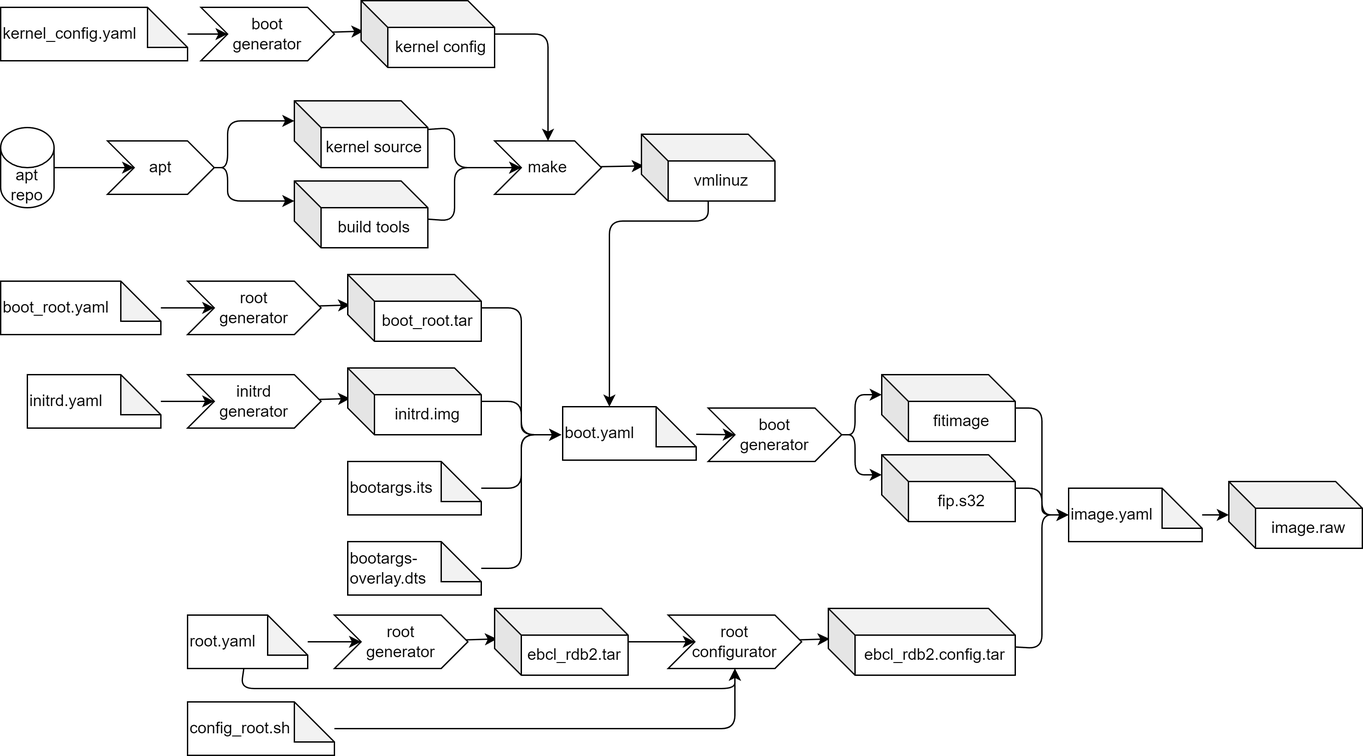
Earlier version of the draw.io export docs/assets/S32G2_kernel.png (Elektrobit/ebcl_template). Source tidied: cells renumbered, new cells last; positions are measured from the earlier drawing's top-left corner, leaving out a move shared by most shapes. The source it was exported from:
```xml
<mxGraphModel background="#FFFFFF">
  <root>
    <mxCell id="0" />
    <mxCell id="1" parent="0" />
    <mxCell id="2" style="edgeStyle=none;html=1;entryX=0.018;entryY=0.457;entryDx=0;entryDy=0;entryPerimeter=0;" parent="1" edge="1" source="3" target="7">
      <mxGeometry relative="1" as="geometry" />
    </mxCell>
    <mxCell id="3" value="root&lt;br&gt;generator" style="shape=step;perimeter=stepPerimeter;whiteSpace=wrap;html=1;fixedSize=1;" parent="1" vertex="1">
      <mxGeometry x="140" y="210" width="100" height="40" as="geometry" />
    </mxCell>
    <mxCell id="4" style="edgeStyle=none;html=1;entryX=0;entryY=0.5;entryDx=0;entryDy=0;" parent="1" edge="1" source="5" target="3">
      <mxGeometry relative="1" as="geometry" />
    </mxCell>
    <mxCell id="5" value="boot_root.yaml" style="shape=note;whiteSpace=wrap;html=1;backgroundOutline=1;darkOpacity=0.05;align=left;" parent="1" vertex="1">
      <mxGeometry y="210" width="120" height="40" as="geometry" />
    </mxCell>
    <mxCell id="6" style="edgeStyle=none;html=1;" parent="1" edge="1" source="7">
      <mxGeometry relative="1" as="geometry">
        <mxPoint x="420" y="325" as="targetPoint" />
        <Array as="points">
          <mxPoint x="390" y="230" />
          <mxPoint x="390" y="325" />
        </Array>
      </mxGeometry>
    </mxCell>
    <mxCell id="7" value="boot_root.tar" style="shape=cube;whiteSpace=wrap;html=1;boundedLbl=1;backgroundOutline=1;darkOpacity=0.05;darkOpacity2=0.1;" parent="1" vertex="1">
      <mxGeometry x="260" y="205" width="100" height="50" as="geometry" />
    </mxCell>
    <mxCell id="8" style="edgeStyle=none;html=1;entryX=0.018;entryY=0.457;entryDx=0;entryDy=0;entryPerimeter=0;" parent="1" edge="1" source="9" target="13">
      <mxGeometry relative="1" as="geometry" />
    </mxCell>
    <mxCell id="9" value="initrd&lt;br&gt;generator" style="shape=step;perimeter=stepPerimeter;whiteSpace=wrap;html=1;fixedSize=1;" parent="1" vertex="1">
      <mxGeometry x="140" y="280" width="100" height="40" as="geometry" />
    </mxCell>
    <mxCell id="10" style="edgeStyle=none;html=1;entryX=0;entryY=0.5;entryDx=0;entryDy=0;" parent="1" edge="1" source="11" target="9">
      <mxGeometry relative="1" as="geometry" />
    </mxCell>
    <mxCell id="11" value="initrd.yaml" style="shape=note;whiteSpace=wrap;html=1;backgroundOutline=1;darkOpacity=0.05;align=left;" parent="1" vertex="1">
      <mxGeometry x="20" y="280" width="100" height="40" as="geometry" />
    </mxCell>
    <mxCell id="12" style="edgeStyle=none;html=1;" parent="1" edge="1" source="13">
      <mxGeometry relative="1" as="geometry">
        <mxPoint x="420" y="325" as="targetPoint" />
        <Array as="points">
          <mxPoint x="390" y="300" />
          <mxPoint x="390" y="325" />
        </Array>
      </mxGeometry>
    </mxCell>
    <mxCell id="13" value="initrd.img" style="shape=cube;whiteSpace=wrap;html=1;boundedLbl=1;backgroundOutline=1;darkOpacity=0.05;darkOpacity2=0.1;" parent="1" vertex="1">
      <mxGeometry x="260" y="275" width="100" height="50" as="geometry" />
    </mxCell>
    <mxCell id="14" style="edgeStyle=none;html=1;" parent="1" edge="1" source="15">
      <mxGeometry relative="1" as="geometry">
        <mxPoint x="420" y="325" as="targetPoint" />
        <Array as="points">
          <mxPoint x="390" y="365" />
          <mxPoint x="390" y="325" />
        </Array>
      </mxGeometry>
    </mxCell>
    <mxCell id="15" value="bootargs.its" style="shape=note;whiteSpace=wrap;html=1;backgroundOutline=1;darkOpacity=0.05;align=left;" parent="1" vertex="1">
      <mxGeometry x="260" y="345" width="100" height="40" as="geometry" />
    </mxCell>
    <mxCell id="16" style="edgeStyle=none;html=1;" parent="1" edge="1" source="17">
      <mxGeometry relative="1" as="geometry">
        <mxPoint x="420" y="325" as="targetPoint" />
        <Array as="points">
          <mxPoint x="390" y="425" />
          <mxPoint x="390" y="325" />
        </Array>
      </mxGeometry>
    </mxCell>
    <mxCell id="17" value="bootargs-overlay.dts" style="shape=note;whiteSpace=wrap;html=1;backgroundOutline=1;darkOpacity=0.05;align=left;" parent="1" vertex="1">
      <mxGeometry x="260" y="405" width="100" height="40" as="geometry" />
    </mxCell>
    <mxCell id="18" style="edgeStyle=none;html=1;entryX=0;entryY=0;entryDx=0;entryDy=15;entryPerimeter=0;" parent="1" edge="1" source="20" target="22">
      <mxGeometry relative="1" as="geometry">
        <Array as="points">
          <mxPoint x="640" y="325" />
          <mxPoint x="640" y="295" />
        </Array>
      </mxGeometry>
    </mxCell>
    <mxCell id="19" style="edgeStyle=none;html=1;entryX=0;entryY=0;entryDx=0;entryDy=15;entryPerimeter=0;" parent="1" edge="1" source="20" target="24">
      <mxGeometry relative="1" as="geometry">
        <Array as="points">
          <mxPoint x="640" y="325" />
          <mxPoint x="640" y="355" />
        </Array>
      </mxGeometry>
    </mxCell>
    <mxCell id="20" value="boot&lt;br&gt;generator" style="shape=step;perimeter=stepPerimeter;whiteSpace=wrap;html=1;fixedSize=1;" parent="1" vertex="1">
      <mxGeometry x="530" y="305" width="100" height="40" as="geometry" />
    </mxCell>
    <mxCell id="21" style="edgeStyle=none;html=1;entryX=0;entryY=0.5;entryDx=0;entryDy=0;entryPerimeter=0;" parent="1" edge="1" source="22" target="39">
      <mxGeometry relative="1" as="geometry">
        <Array as="points">
          <mxPoint x="780" y="305" />
          <mxPoint x="780" y="385" />
        </Array>
      </mxGeometry>
    </mxCell>
    <mxCell id="22" value="fitimage" style="shape=cube;whiteSpace=wrap;html=1;boundedLbl=1;backgroundOutline=1;darkOpacity=0.05;darkOpacity2=0.1;" parent="1" vertex="1">
      <mxGeometry x="660" y="280" width="100" height="50" as="geometry" />
    </mxCell>
    <mxCell id="23" style="edgeStyle=none;html=1;entryX=0;entryY=0.5;entryDx=0;entryDy=0;entryPerimeter=0;" parent="1" edge="1" source="24" target="39">
      <mxGeometry relative="1" as="geometry">
        <Array as="points">
          <mxPoint x="780" y="365" />
          <mxPoint x="780" y="385" />
        </Array>
      </mxGeometry>
    </mxCell>
    <mxCell id="24" value="fip.s32" style="shape=cube;whiteSpace=wrap;html=1;boundedLbl=1;backgroundOutline=1;darkOpacity=0.05;darkOpacity2=0.1;" parent="1" vertex="1">
      <mxGeometry x="660" y="340" width="100" height="50" as="geometry" />
    </mxCell>
    <mxCell id="25" style="edgeStyle=none;html=1;entryX=0;entryY=0.5;entryDx=0;entryDy=0;" parent="1" edge="1" source="26" target="20">
      <mxGeometry relative="1" as="geometry" />
    </mxCell>
    <mxCell id="26" value="boot.yaml" style="shape=note;whiteSpace=wrap;html=1;backgroundOutline=1;darkOpacity=0.05;align=left;" parent="1" vertex="1">
      <mxGeometry x="421" y="304" width="100" height="40" as="geometry" />
    </mxCell>
    <mxCell id="27" style="edgeStyle=none;html=1;entryX=0.018;entryY=0.457;entryDx=0;entryDy=0;entryPerimeter=0;" parent="1" edge="1" source="28" target="33">
      <mxGeometry relative="1" as="geometry" />
    </mxCell>
    <mxCell id="28" value="root&lt;br&gt;generator" style="shape=step;perimeter=stepPerimeter;whiteSpace=wrap;html=1;fixedSize=1;" parent="1" vertex="1">
      <mxGeometry x="250" y="460" width="100" height="40" as="geometry" />
    </mxCell>
    <mxCell id="29" style="edgeStyle=none;html=1;entryX=0;entryY=0.5;entryDx=0;entryDy=0;" parent="1" edge="1" source="31" target="28">
      <mxGeometry relative="1" as="geometry" />
    </mxCell>
    <mxCell id="30" style="edgeStyle=none;html=1;entryX=0.5;entryY=1;entryDx=0;entryDy=0;" parent="1" edge="1" source="31" target="35">
      <mxGeometry relative="1" as="geometry">
        <Array as="points">
          <mxPoint x="180" y="515" />
          <mxPoint x="550" y="515" />
        </Array>
      </mxGeometry>
    </mxCell>
    <mxCell id="31" value="root.yaml" style="shape=note;whiteSpace=wrap;html=1;backgroundOutline=1;darkOpacity=0.05;align=left;" parent="1" vertex="1">
      <mxGeometry x="140" y="460" width="90" height="40" as="geometry" />
    </mxCell>
    <mxCell id="32" style="edgeStyle=none;html=1;entryX=0;entryY=0.5;entryDx=0;entryDy=0;" parent="1" edge="1" source="33" target="35">
      <mxGeometry relative="1" as="geometry" />
    </mxCell>
    <mxCell id="33" value="ebcl_rdb2.tar" style="shape=cube;whiteSpace=wrap;html=1;boundedLbl=1;backgroundOutline=1;darkOpacity=0.05;darkOpacity2=0.1;" parent="1" vertex="1">
      <mxGeometry x="370" y="455" width="100" height="50" as="geometry" />
    </mxCell>
    <mxCell id="34" style="edgeStyle=none;html=1;entryX=0.007;entryY=0.457;entryDx=0;entryDy=0;entryPerimeter=0;" parent="1" edge="1" source="35" target="37">
      <mxGeometry relative="1" as="geometry" />
    </mxCell>
    <mxCell id="35" value="root&lt;br&gt;configurator" style="shape=step;perimeter=stepPerimeter;whiteSpace=wrap;html=1;fixedSize=1;" parent="1" vertex="1">
      <mxGeometry x="500" y="460" width="100" height="40" as="geometry" />
    </mxCell>
    <mxCell id="36" style="edgeStyle=none;html=1;entryX=0;entryY=0.5;entryDx=0;entryDy=0;entryPerimeter=0;" parent="1" edge="1" source="37" target="39">
      <mxGeometry relative="1" as="geometry">
        <Array as="points">
          <mxPoint x="780" y="485" />
          <mxPoint x="780" y="385" />
        </Array>
      </mxGeometry>
    </mxCell>
    <mxCell id="37" value="ebcl_rdb2.config.tar" style="shape=cube;whiteSpace=wrap;html=1;boundedLbl=1;backgroundOutline=1;darkOpacity=0.05;darkOpacity2=0.1;" parent="1" vertex="1">
      <mxGeometry x="620" y="455" width="140" height="50" as="geometry" />
    </mxCell>
    <mxCell id="38" style="edgeStyle=none;html=1;" parent="1" edge="1" source="39" target="40">
      <mxGeometry relative="1" as="geometry" />
    </mxCell>
    <mxCell id="39" value="image.yaml" style="shape=note;whiteSpace=wrap;html=1;backgroundOutline=1;darkOpacity=0.05;align=left;" parent="1" vertex="1">
      <mxGeometry x="800" y="365" width="100" height="40" as="geometry" />
    </mxCell>
    <mxCell id="40" value="image.raw" style="shape=cube;whiteSpace=wrap;html=1;boundedLbl=1;backgroundOutline=1;darkOpacity=0.05;darkOpacity2=0.1;" parent="1" vertex="1">
      <mxGeometry x="920" y="360" width="100" height="50" as="geometry" />
    </mxCell>
    <mxCell id="41" style="edgeStyle=none;html=1;entryX=0.5;entryY=1;entryDx=0;entryDy=0;" parent="1" edge="1" source="42" target="35">
      <mxGeometry relative="1" as="geometry">
        <Array as="points">
          <mxPoint x="550" y="545" />
        </Array>
      </mxGeometry>
    </mxCell>
    <mxCell id="42" value="config_root.sh" style="shape=note;whiteSpace=wrap;html=1;backgroundOutline=1;darkOpacity=0.05;align=left;" parent="1" vertex="1">
      <mxGeometry x="140" y="525" width="110" height="40" as="geometry" />
    </mxCell>
    <mxCell id="43" style="edgeStyle=none;html=1;entryX=0;entryY=0.5;entryDx=0;entryDy=0;" parent="1" edge="1" source="44" target="47">
      <mxGeometry relative="1" as="geometry" />
    </mxCell>
    <mxCell id="44" value="apt&lt;br&gt;repo" style="shape=cylinder3;whiteSpace=wrap;html=1;boundedLbl=1;backgroundOutline=1;size=15;" parent="1" vertex="1">
      <mxGeometry y="95" width="40" height="60" as="geometry" />
    </mxCell>
    <mxCell id="45" style="edgeStyle=none;html=1;entryX=0;entryY=0;entryDx=0;entryDy=15;entryPerimeter=0;" parent="1" edge="1" source="47" target="49">
      <mxGeometry relative="1" as="geometry">
        <Array as="points">
          <mxPoint x="170" y="125" />
          <mxPoint x="170" y="90" />
        </Array>
      </mxGeometry>
    </mxCell>
    <mxCell id="46" style="edgeStyle=none;html=1;entryX=0;entryY=0;entryDx=0;entryDy=15;entryPerimeter=0;" parent="1" edge="1" source="47" target="51">
      <mxGeometry relative="1" as="geometry">
        <Array as="points">
          <mxPoint x="170" y="125" />
          <mxPoint x="170" y="150" />
        </Array>
      </mxGeometry>
    </mxCell>
    <mxCell id="47" value="apt" style="shape=step;perimeter=stepPerimeter;whiteSpace=wrap;html=1;fixedSize=1;" parent="1" vertex="1">
      <mxGeometry x="80" y="105" width="80" height="40" as="geometry" />
    </mxCell>
    <mxCell id="48" style="edgeStyle=none;html=1;entryX=0;entryY=0.5;entryDx=0;entryDy=0;" parent="1" edge="1" source="49" target="53">
      <mxGeometry relative="1" as="geometry">
        <Array as="points">
          <mxPoint x="340" y="95" />
          <mxPoint x="340" y="125" />
        </Array>
      </mxGeometry>
    </mxCell>
    <mxCell id="49" value="kernel source" style="shape=cube;whiteSpace=wrap;html=1;boundedLbl=1;backgroundOutline=1;darkOpacity=0.05;darkOpacity2=0.1;" parent="1" vertex="1">
      <mxGeometry x="220" y="75" width="100" height="50" as="geometry" />
    </mxCell>
    <mxCell id="50" style="edgeStyle=none;html=1;entryX=0;entryY=0.5;entryDx=0;entryDy=0;" parent="1" edge="1" source="51" target="53">
      <mxGeometry relative="1" as="geometry">
        <Array as="points">
          <mxPoint x="340" y="165" />
          <mxPoint x="340" y="125" />
        </Array>
      </mxGeometry>
    </mxCell>
    <mxCell id="51" value="build tools" style="shape=cube;whiteSpace=wrap;html=1;boundedLbl=1;backgroundOutline=1;darkOpacity=0.05;darkOpacity2=0.1;" parent="1" vertex="1">
      <mxGeometry x="220" y="135" width="100" height="50" as="geometry" />
    </mxCell>
    <mxCell id="52" style="edgeStyle=none;html=1;entryX=0.018;entryY=0.474;entryDx=0;entryDy=0;entryPerimeter=0;" parent="1" edge="1" source="53" target="55">
      <mxGeometry relative="1" as="geometry" />
    </mxCell>
    <mxCell id="53" value="make" style="shape=step;perimeter=stepPerimeter;whiteSpace=wrap;html=1;fixedSize=1;" parent="1" vertex="1">
      <mxGeometry x="370" y="105" width="80" height="40" as="geometry" />
    </mxCell>
    <mxCell id="54" style="edgeStyle=none;html=1;entryX=0;entryY=0;entryDx=35;entryDy=0;entryPerimeter=0;" parent="1" edge="1" source="55" target="26">
      <mxGeometry relative="1" as="geometry">
        <Array as="points">
          <mxPoint x="530" y="165" />
          <mxPoint x="456" y="165" />
        </Array>
      </mxGeometry>
    </mxCell>
    <mxCell id="55" value="vmlinuz" style="shape=cube;whiteSpace=wrap;html=1;boundedLbl=1;backgroundOutline=1;darkOpacity=0.05;darkOpacity2=0.1;" parent="1" vertex="1">
      <mxGeometry x="480" y="100" width="100" height="50" as="geometry" />
    </mxCell>
    <mxCell id="56" style="edgeStyle=none;html=1;entryX=0;entryY=0.5;entryDx=0;entryDy=0;" parent="1" edge="1" source="57" target="59">
      <mxGeometry relative="1" as="geometry" />
    </mxCell>
    <mxCell id="57" value="kernel_config.yaml" style="shape=note;whiteSpace=wrap;html=1;backgroundOutline=1;darkOpacity=0.05;align=left;" parent="1" vertex="1">
      <mxGeometry y="5" width="140" height="40" as="geometry" />
    </mxCell>
    <mxCell id="58" style="edgeStyle=none;html=1;entryX=0.018;entryY=0.457;entryDx=0;entryDy=0;entryPerimeter=0;" parent="1" edge="1" source="59" target="61">
      <mxGeometry relative="1" as="geometry" />
    </mxCell>
    <mxCell id="59" value="boot&lt;br&gt;generator" style="shape=step;perimeter=stepPerimeter;whiteSpace=wrap;html=1;fixedSize=1;" parent="1" vertex="1">
      <mxGeometry x="150" y="5" width="100" height="40" as="geometry" />
    </mxCell>
    <mxCell id="60" style="edgeStyle=none;html=1;entryX=0.5;entryY=0;entryDx=0;entryDy=0;" parent="1" edge="1" source="61" target="53">
      <mxGeometry relative="1" as="geometry">
        <Array as="points">
          <mxPoint x="410" y="25" />
        </Array>
      </mxGeometry>
    </mxCell>
    <mxCell id="61" value="kernel config" style="shape=cube;whiteSpace=wrap;html=1;boundedLbl=1;backgroundOutline=1;darkOpacity=0.05;darkOpacity2=0.1;" parent="1" vertex="1">
      <mxGeometry x="270" width="100" height="50" as="geometry" />
    </mxCell>
  </root>
</mxGraphModel>
```
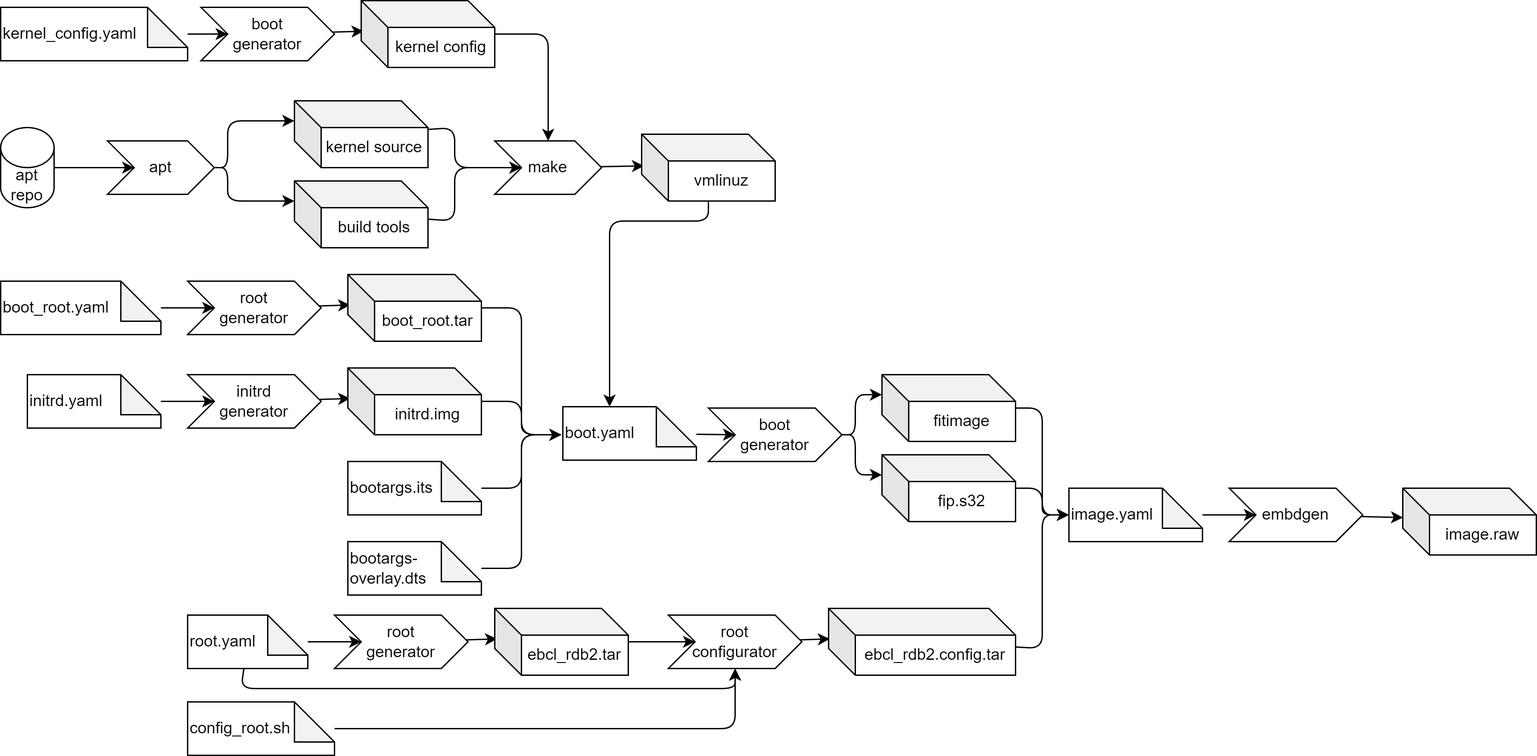
The same file after the commit.

What changed in the source:
```diff
@@ -164,14 +164,14 @@
     <mxCell id="37" value="ebcl_rdb2.config.tar" style="shape=cube;whiteSpace=wrap;html=1;boundedLbl=1;backgroundOutline=1;darkOpacity=0.05;darkOpacity2=0.1;" parent="1" vertex="1">
       <mxGeometry x="620" y="455" width="140" height="50" as="geometry" />
     </mxCell>
-    <mxCell id="38" style="edgeStyle=none;html=1;" parent="1" edge="1" source="39" target="40">
-      <mxGeometry relative="1" as="geometry" />
-    </mxCell>
+    <mxCell id="62" style="edgeStyle=none;html=1;entryX=0;entryY=0.5;entryDx=0;entryDy=0;" parent="1" edge="1" source="39" target="64">
+      <mxGeometry relative="1" as="geometry" />
+    </mxCell>
     <mxCell id="39" value="image.yaml" style="shape=note;whiteSpace=wrap;html=1;backgroundOutline=1;darkOpacity=0.05;align=left;" parent="1" vertex="1">
       <mxGeometry x="800" y="365" width="100" height="40" as="geometry" />
     </mxCell>
     <mxCell id="40" value="image.raw" style="shape=cube;whiteSpace=wrap;html=1;boundedLbl=1;backgroundOutline=1;darkOpacity=0.05;darkOpacity2=0.1;" parent="1" vertex="1">
-      <mxGeometry x="920" y="360" width="100" height="50" as="geometry" />
+      <mxGeometry x="1050" y="365" width="100" height="50" as="geometry" />
     </mxCell>
     <mxCell id="41" style="edgeStyle=none;html=1;entryX=0.5;entryY=1;entryDx=0;entryDy=0;" parent="1" edge="1" source="42" target="35">
       <mxGeometry relative="1" as="geometry">
@@ -269,5 +269,11 @@
     <mxCell id="61" value="kernel config" style="shape=cube;whiteSpace=wrap;html=1;boundedLbl=1;backgroundOutline=1;darkOpacity=0.05;darkOpacity2=0.1;" parent="1" vertex="1">
       <mxGeometry x="270" width="100" height="50" as="geometry" />
     </mxCell>
+    <mxCell id="63" style="edgeStyle=none;html=1;entryX=0.002;entryY=0.44;entryDx=0;entryDy=0;entryPerimeter=0;" parent="1" edge="1" source="64" target="40">
+      <mxGeometry relative="1" as="geometry" />
+    </mxCell>
+    <mxCell id="64" value="embdgen" style="shape=step;perimeter=stepPerimeter;whiteSpace=wrap;html=1;fixedSize=1;" parent="1" vertex="1">
+      <mxGeometry x="920" y="365" width="100" height="40" as="geometry" />
+    </mxCell>
   </root>
 </mxGraphModel>
```
